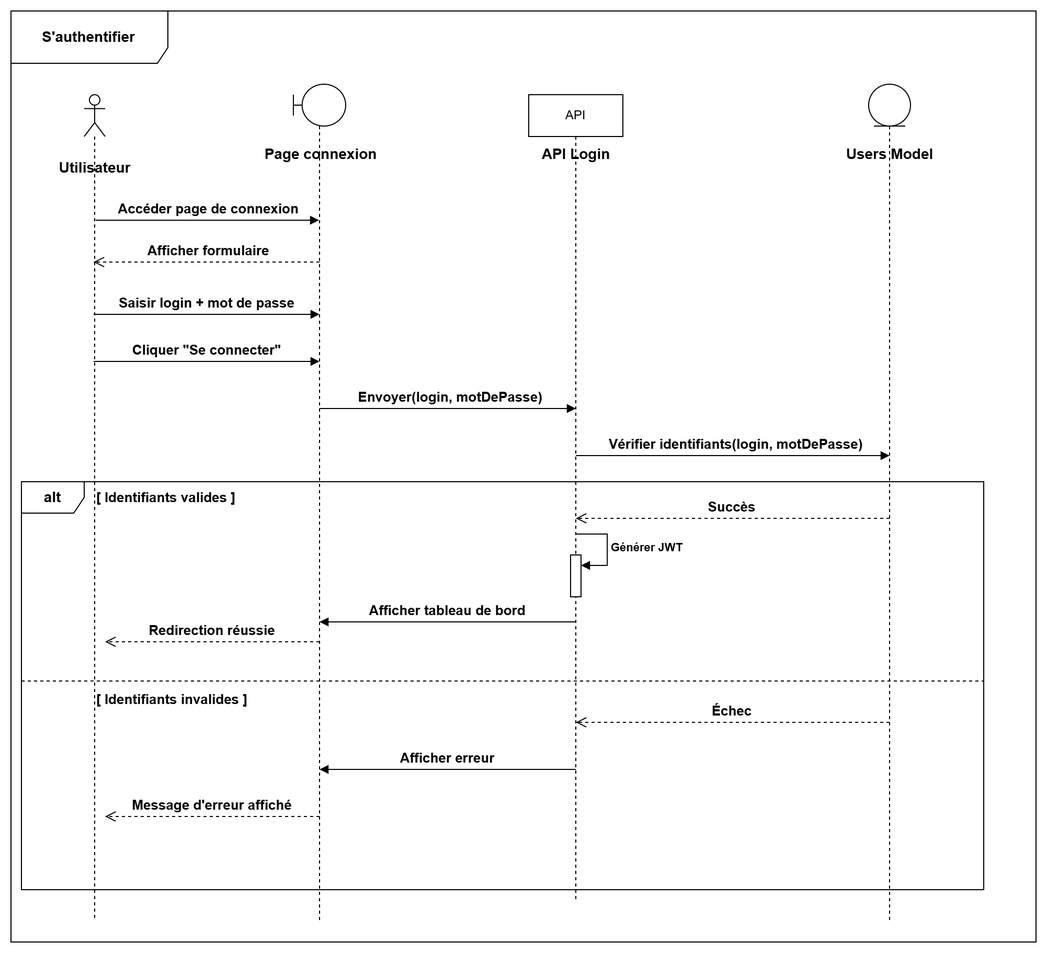
Above: projet/images/digf/ss1/auth.drawio.png in louu7895/pfe (draw.io), before the change. Source tidied: cells renumbered, new cells last; positions are measured from the earlier drawing's top-left corner, leaving out a move shared by most shapes.
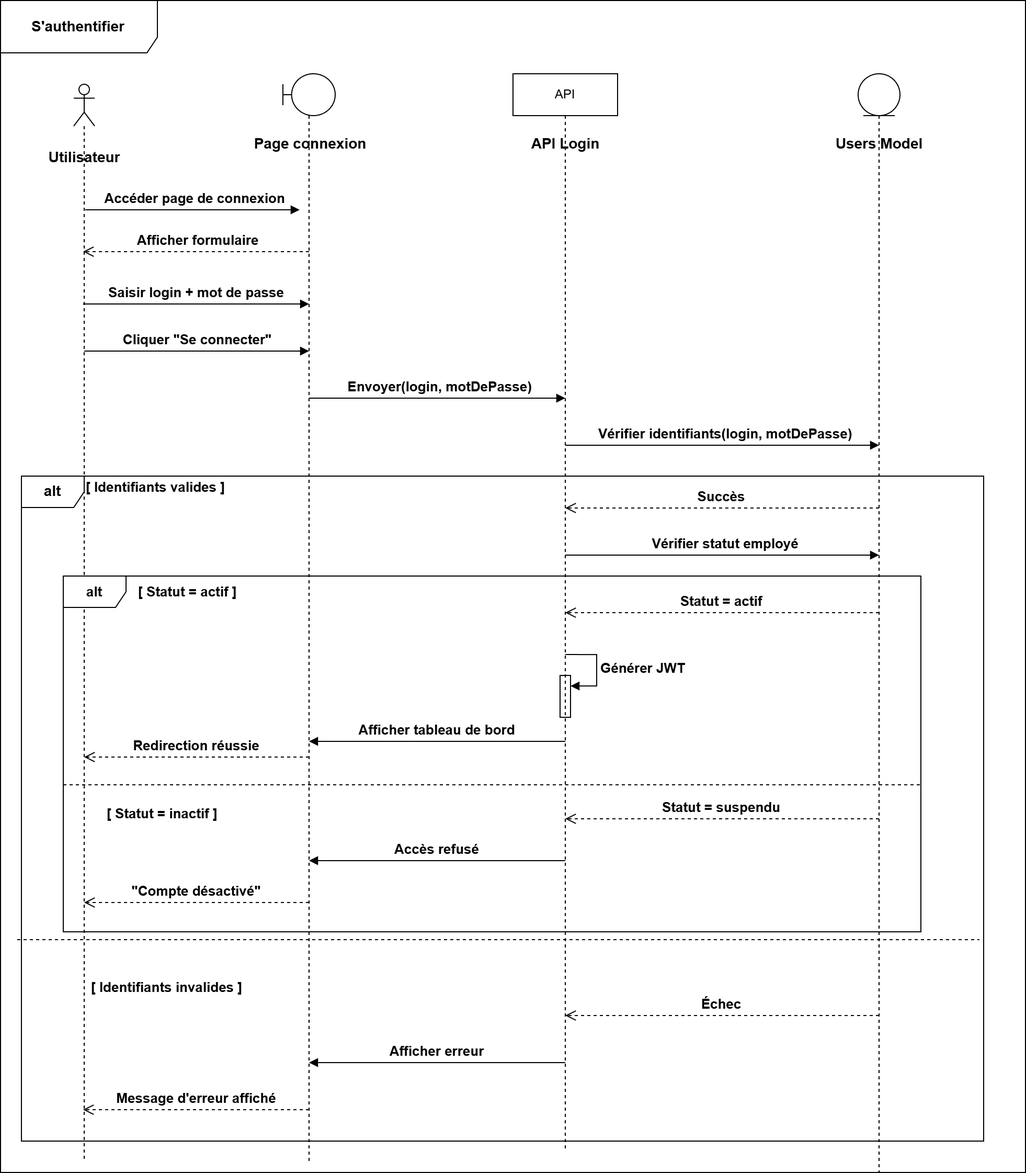
After the change.

Diff of the diagram source:
```diff
@@ -3,16 +3,16 @@
     <mxCell id="0" />
     <mxCell id="1" parent="0" />
     <mxCell id="2" value="S'authentifier" style="shape=umlFrame;whiteSpace=wrap;html=1;fontSize=14;fontStyle=1;fontFamily=Helvetica;width=150;height=50;" parent="1" vertex="1">
-      <mxGeometry width="980" height="890" as="geometry" />
+      <mxGeometry width="980" height="1120" as="geometry" />
     </mxCell>
     <mxCell id="3" style="shape=umlLifeline;perimeter=lifelinePerimeter;whiteSpace=wrap;html=1;outlineConnect=0;portConstraint=eastwest;participant=umlActor;fontSize=14;fontStyle=1;fontFamily=Helvetica;" parent="1" vertex="1">
-      <mxGeometry x="70" y="80" width="20" height="790" as="geometry" />
+      <mxGeometry x="70" y="80" width="20" height="1030" as="geometry" />
     </mxCell>
     <mxCell id="4" style="shape=umlLifeline;perimeter=lifelinePerimeter;whiteSpace=wrap;html=1;outlineConnect=0;portConstraint=eastwest;participant=umlBoundary;fontSize=14;fontStyle=1;fontFamily=Helvetica;" parent="1" vertex="1">
-      <mxGeometry x="270" y="70" width="50" height="800" as="geometry" />
+      <mxGeometry x="270" y="70" width="50" height="1040" as="geometry" />
     </mxCell>
     <mxCell id="5" style="shape=umlLifeline;perimeter=lifelinePerimeter;whiteSpace=wrap;html=1;participant=umlEntity;fontSize=14;fontStyle=1;fontFamily=Helvetica;" parent="1" vertex="1">
-      <mxGeometry x="820" y="70" width="40" height="800" as="geometry" />
+      <mxGeometry x="820" y="70" width="40" height="1050" as="geometry" />
     </mxCell>
     <mxCell id="6" value="Utilisateur" style="text;html=1;strokeColor=none;fillColor=none;align=center;verticalAlign=middle;fontSize=14;fontStyle=1;fontFamily=Helvetica;" parent="1" vertex="1">
       <mxGeometry x="30" y="135" width="100" height="30" as="geometry" />
@@ -26,9 +26,10 @@
     <mxCell id="9" value="Users Model" style="text;html=1;strokeColor=none;fillColor=none;align=center;verticalAlign=middle;fontSize=14;fontStyle=1;fontFamily=Helvetica;" parent="1" vertex="1">
       <mxGeometry x="785" y="122" width="110" height="30" as="geometry" />
     </mxCell>
-    <mxCell id="10" value="&amp;nbsp;Accéder page de connexion" style="html=1;verticalAlign=bottom;endArrow=block;curved=0;rounded=0;fontSize=13;fontFamily=Helvetica;fontStyle=1;" parent="1" edge="1" target="4">
+    <mxCell id="10" value="&amp;nbsp;Accéder page de connexion" style="html=1;verticalAlign=bottom;endArrow=block;curved=0;rounded=0;fontSize=13;fontFamily=Helvetica;fontStyle=1;" parent="1" edge="1">
       <mxGeometry relative="1" as="geometry">
         <mxPoint x="81" y="200" as="sourcePoint" />
+        <mxPoint x="286" y="200" as="targetPoint" />
       </mxGeometry>
     </mxCell>
     <mxCell id="11" value="&amp;nbsp;Afficher formulaire" style="html=1;verticalAlign=bottom;endArrow=open;dashed=1;endSize=8;curved=0;rounded=0;fontSize=13;fontFamily=Helvetica;fontStyle=1;" parent="1" edge="1" target="3">
@@ -41,8 +42,9 @@
         <mxPoint x="295" y="290" as="targetPoint" />
       </mxGeometry>
     </mxCell>
-    <mxCell id="13" value="Cliquer &quot;Se connecter&quot;" style="html=1;verticalAlign=bottom;endArrow=block;curved=0;rounded=0;fontSize=13;fontFamily=Helvetica;fontStyle=1;" parent="1" edge="1" source="3">
+    <mxCell id="13" value="Cliquer &quot;Se connecter&quot;" style="html=1;verticalAlign=bottom;endArrow=block;curved=0;rounded=0;fontSize=13;fontFamily=Helvetica;fontStyle=1;" parent="1" edge="1">
       <mxGeometry relative="1" as="geometry">
+        <mxPoint x="80" y="335" as="sourcePoint" />
         <mxPoint x="295" y="335" as="targetPoint" />
       </mxGeometry>
     </mxCell>
@@ -59,16 +61,16 @@
       </mxGeometry>
     </mxCell>
     <mxCell id="16" value="alt" style="shape=umlFrame;whiteSpace=wrap;html=1;fontSize=14;fontStyle=1;fontFamily=Helvetica;" parent="1" vertex="1">
-      <mxGeometry x="10" y="450" width="920" height="390" as="geometry" />
+      <mxGeometry x="20" y="454.5" width="920" height="635.5" as="geometry" />
     </mxCell>
     <mxCell id="17" style="line;strokeWidth=1;fillColor=none;strokeColor=inherit;dashed=1;fontSize=13;fontFamily=Helvetica;" parent="1" vertex="1">
-      <mxGeometry x="10" y="640" width="920" height="1" as="geometry" />
+      <mxGeometry x="16" y="897" width="920" height="1" as="geometry" />
     </mxCell>
     <mxCell id="18" value="[ Identifiants valides ]" style="text;html=1;strokeColor=none;fillColor=none;align=left;verticalAlign=middle;fontSize=13;fontFamily=Helvetica;fontStyle=1;" parent="1" vertex="1">
       <mxGeometry x="80" y="452" width="200" height="25" as="geometry" />
     </mxCell>
     <mxCell id="19" value="[ Identifiants invalides ]" style="text;html=1;strokeColor=none;fillColor=none;align=left;verticalAlign=middle;fontSize=13;fontFamily=Helvetica;fontStyle=1;" parent="1" vertex="1">
-      <mxGeometry x="80" y="645" width="210" height="25" as="geometry" />
+      <mxGeometry x="85" y="930" width="210" height="25" as="geometry" />
     </mxCell>
     <mxCell id="20" value="Succès" style="html=1;verticalAlign=bottom;endArrow=open;dashed=1;endSize=8;curved=0;rounded=0;fontSize=13;fontFamily=Helvetica;fontStyle=1;" parent="1" edge="1">
       <mxGeometry relative="1" as="geometry">
@@ -76,49 +78,90 @@
         <mxPoint x="540" y="485" as="targetPoint" />
       </mxGeometry>
     </mxCell>
+    <mxCell id="29" value="&amp;nbsp;Vérifier statut employé" style="html=1;verticalAlign=bottom;endArrow=block;curved=0;rounded=0;fontSize=13;fontFamily=Helvetica;fontStyle=1;" parent="1" edge="1">
+      <mxGeometry relative="1" as="geometry">
+        <mxPoint x="540" y="530" as="sourcePoint" />
+        <mxPoint x="840" y="530" as="targetPoint" />
+      </mxGeometry>
+    </mxCell>
+    <mxCell id="30" value="alt" style="shape=umlFrame;whiteSpace=wrap;html=1;fontSize=13;fontFamily=Helvetica;fontStyle=1;" parent="1" vertex="1">
+      <mxGeometry x="60" y="550" width="820" height="340" as="geometry" />
+    </mxCell>
+    <mxCell id="31" style="line;strokeWidth=1;fillColor=none;strokeColor=inherit;dashed=1;fontSize=13;fontFamily=Helvetica;" parent="1" vertex="1">
+      <mxGeometry x="60" y="749" width="820" height="1" as="geometry" />
+    </mxCell>
+    <mxCell id="32" value="[ Statut = actif ]" style="text;html=1;strokeColor=none;fillColor=none;align=left;verticalAlign=middle;fontSize=13;fontFamily=Helvetica;fontStyle=1;" parent="1" vertex="1">
+      <mxGeometry x="130" y="552" width="180" height="25" as="geometry" />
+    </mxCell>
+    <mxCell id="33" value="[ Statut = inactif ]" style="text;html=1;strokeColor=none;fillColor=none;align=left;verticalAlign=middle;fontSize=13;fontFamily=Helvetica;fontStyle=1;" parent="1" vertex="1">
+      <mxGeometry x="100" y="764" width="180" height="25" as="geometry" />
+    </mxCell>
+    <mxCell id="34" value="Statut = actif" style="html=1;verticalAlign=bottom;endArrow=open;dashed=1;endSize=8;curved=0;rounded=0;fontSize=13;fontFamily=Helvetica;fontStyle=1;" parent="1" edge="1">
+      <mxGeometry relative="1" as="geometry">
+        <mxPoint x="840" y="585" as="sourcePoint" />
+        <mxPoint x="540" y="585" as="targetPoint" />
+      </mxGeometry>
+    </mxCell>
     <mxCell id="21" value="Afficher tableau de bord" style="html=1;verticalAlign=bottom;endArrow=block;curved=0;rounded=0;fontSize=13;fontFamily=Helvetica;fontStyle=1;" parent="1" edge="1">
       <mxGeometry relative="1" as="geometry">
-        <mxPoint x="540" y="584" as="sourcePoint" />
-        <mxPoint x="295" y="584" as="targetPoint" />
+        <mxPoint x="540" y="708" as="sourcePoint" />
+        <mxPoint x="295" y="708" as="targetPoint" />
       </mxGeometry>
     </mxCell>
     <mxCell id="22" value="Redirection réussie" style="html=1;verticalAlign=bottom;endArrow=open;dashed=1;endSize=8;curved=0;rounded=0;fontSize=13;fontFamily=Helvetica;fontStyle=1;" parent="1" edge="1">
       <mxGeometry relative="1" as="geometry">
-        <mxPoint x="295" y="603" as="sourcePoint" />
-        <mxPoint x="90" y="603" as="targetPoint" />
+        <mxPoint x="295" y="723" as="sourcePoint" />
+        <mxPoint x="80" y="723" as="targetPoint" />
       </mxGeometry>
     </mxCell>
+    <mxCell id="35" value="Statut =&amp;nbsp;suspendu" style="html=1;verticalAlign=bottom;endArrow=open;dashed=1;endSize=8;curved=0;rounded=0;fontSize=13;fontFamily=Helvetica;fontStyle=1;" parent="1" edge="1">
+      <mxGeometry relative="1" as="geometry">
+        <mxPoint x="840" y="782" as="sourcePoint" />
+        <mxPoint x="540" y="782" as="targetPoint" />
+      </mxGeometry>
+    </mxCell>
+    <mxCell id="36" value="Accès refusé" style="html=1;verticalAlign=bottom;endArrow=block;curved=0;rounded=0;fontSize=13;fontFamily=Helvetica;fontStyle=1;" parent="1" edge="1">
+      <mxGeometry relative="1" as="geometry">
+        <mxPoint x="540" y="822" as="sourcePoint" />
+        <mxPoint x="295" y="822" as="targetPoint" />
+      </mxGeometry>
+    </mxCell>
+    <mxCell id="37" value="&quot;Compte désactivé&quot;" style="html=1;verticalAlign=bottom;endArrow=open;dashed=1;endSize=8;curved=0;rounded=0;fontSize=13;fontFamily=Helvetica;fontStyle=1;" parent="1" edge="1">
+      <mxGeometry relative="1" as="geometry">
+        <mxPoint x="295" y="862" as="sourcePoint" />
+        <mxPoint x="80" y="862" as="targetPoint" />
+      </mxGeometry>
+    </mxCell>
     <mxCell id="23" value="Échec" style="html=1;verticalAlign=bottom;endArrow=open;dashed=1;endSize=8;curved=0;rounded=0;fontSize=13;fontFamily=Helvetica;fontStyle=1;" parent="1" edge="1">
       <mxGeometry relative="1" as="geometry">
-        <mxPoint x="840" y="680" as="sourcePoint" />
-        <mxPoint x="540" y="680" as="targetPoint" />
+        <mxPoint x="840" y="970" as="sourcePoint" />
+        <mxPoint x="540" y="970" as="targetPoint" />
       </mxGeometry>
     </mxCell>
     <mxCell id="24" value="Afficher erreur" style="html=1;verticalAlign=bottom;endArrow=block;curved=0;rounded=0;fontSize=13;fontFamily=Helvetica;fontStyle=1;" parent="1" edge="1">
       <mxGeometry relative="1" as="geometry">
-        <mxPoint x="540" y="725" as="sourcePoint" />
-        <mxPoint x="295" y="725" as="targetPoint" />
+        <mxPoint x="540" y="1015" as="sourcePoint" />
+        <mxPoint x="295" y="1015" as="targetPoint" />
       </mxGeometry>
     </mxCell>
-    <mxCell id="25" value="Message d'erreur affiché" style="html=1;verticalAlign=bottom;endArrow=open;dashed=1;endSize=8;curved=0;rounded=0;fontSize=13;fontFamily=Helvetica;fontStyle=1;" parent="1" edge="1">
+    <mxCell id="25" value="Message d'erreur affiché" style="html=1;verticalAlign=bottom;endArrow=open;dashed=1;endSize=8;curved=0;rounded=0;fontSize=13;fontFamily=Helvetica;fontStyle=1;" parent="1" edge="1" target="3">
       <mxGeometry relative="1" as="geometry">
-        <mxPoint x="295" y="770" as="sourcePoint" />
-        <mxPoint x="90" y="770" as="targetPoint" />
+        <mxPoint x="295" y="1060" as="sourcePoint" />
       </mxGeometry>
     </mxCell>
+    <mxCell id="38" style="html=1;points=[[0,0,0,0,5],[0,1,0,0,-5],[1,0,0,0,5],[1,1,0,0,-5]];perimeter=orthogonalPerimeter;outlineConnect=0;targetShapes=umlLifeline;portConstraint=eastwest;newEdgeStyle={&quot;curved&quot;:0,&quot;rounded&quot;:0};" parent="1" vertex="1">
+      <mxGeometry x="535" y="645" width="10" height="40" as="geometry" />
+    </mxCell>
+    <mxCell id="28" value="&lt;span style=&quot;font-size: 13px; font-weight: 700;&quot;&gt;Générer JWT&lt;/span&gt;" style="html=1;align=left;spacingLeft=2;endArrow=block;rounded=0;edgeStyle=orthogonalEdgeStyle;curved=0;rounded=0;" parent="1" edge="1" target="38">
+      <mxGeometry relative="1" as="geometry">
+        <mxPoint x="540" y="625" as="sourcePoint" />
+        <Array as="points">
+          <mxPoint x="570" y="655" />
+        </Array>
+      </mxGeometry>
+    </mxCell>
     <mxCell id="26" value="API" style="shape=umlLifeline;perimeter=lifelinePerimeter;whiteSpace=wrap;html=1;newEdgeStyle={&quot;curved&quot;:0,&quot;rounded&quot;:0};" parent="1" vertex="1">
-      <mxGeometry x="495" y="80" width="90" height="770" as="geometry" />
+      <mxGeometry x="490" y="70" width="100" height="1030" as="geometry" />
     </mxCell>
-    <mxCell id="27" style="html=1;points=[[0,0,0,0,5],[0,1,0,0,-5],[1,0,0,0,5],[1,1,0,0,-5]];perimeter=orthogonalPerimeter;outlineConnect=0;targetShapes=umlLifeline;portConstraint=eastwest;newEdgeStyle={&quot;curved&quot;:0,&quot;rounded&quot;:0};fontStyle=1;" parent="26" vertex="1">
-      <mxGeometry x="40" y="440" width="10" height="40" as="geometry" />
-    </mxCell>
-    <mxCell id="28" value="Générer JWT" style="html=1;align=left;spacingLeft=2;endArrow=block;rounded=0;edgeStyle=orthogonalEdgeStyle;curved=0;rounded=0;fontStyle=1;" parent="26" edge="1" target="27">
-      <mxGeometry relative="1" as="geometry">
-        <mxPoint x="45" y="420" as="sourcePoint" />
-        <Array as="points">
-          <mxPoint x="75" y="450" />
-        </Array>
-      </mxGeometry>
-    </mxCell>
   </root>
 </mxGraphModel>
```
